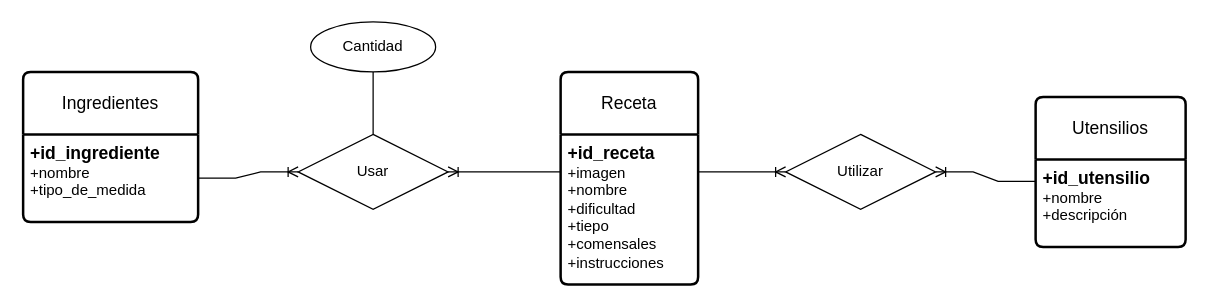
AsierGArranz/aga-sru-sa-t-UD12DiagramaER-11102023 keeps this draw.io diagram as ejercicio9.drawio. Above is the earlier version. Source tidied: cells renumbered, new cells numbered last; positions are measured from the earlier drawing's top-left corner, leaving out a move shared by most shapes. Both pictures are drawn from the tidied source at 125%, with x=0, y=0 at pixel (-2, 21).
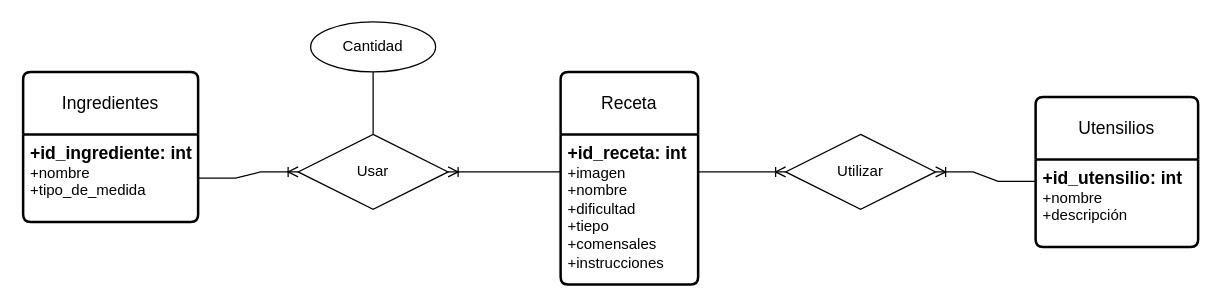
The same page after the edit.

Unchanged cells that the change refers to:
```xml
<mxCell id="2" value="Receta" style="swimlane;horizontal=1;startSize=50;rounded=1;fontSize=14;fontStyle=0;strokeWidth=2;shadow=0;dashed=0;align=center;arcSize=4;whiteSpace=wrap;html=1;" parent="1" vertex="1">
  <mxGeometry x="450" y="40" width="110" height="170" as="geometry" />
</mxCell>
<mxCell id="4" value="Ingredientes" style="swimlane;horizontal=1;startSize=50;rounded=1;fontSize=14;fontStyle=0;strokeWidth=2;shadow=0;dashed=0;align=center;arcSize=4;whiteSpace=wrap;html=1;" parent="1" vertex="1">
  <mxGeometry x="20" y="40" width="140" height="120" as="geometry" />
</mxCell>
```

What changed in the source:
```diff
@@
-    <mxCell id="3" value="&lt;font style=&quot;font-size: 14px;&quot;&gt;&lt;b&gt;+id_receta&lt;/b&gt;&lt;/font&gt;&lt;br&gt;+imagen&lt;br&gt;+nombre&lt;br&gt;+dificultad&lt;br&gt;+tiepo&lt;br&gt;+comensales&lt;br&gt;+instrucciones" style="align=left;strokeColor=none;fillColor=none;spacingLeft=4;fontSize=12;verticalAlign=top;html=1;" parent="2" vertex="1">
+    <mxCell id="3" value="&lt;font style=&quot;font-size: 14px;&quot;&gt;&lt;b&gt;+id_receta: int&lt;/b&gt;&lt;/font&gt;&lt;br&gt;+imagen&lt;br&gt;+nombre&lt;br&gt;+dificultad&lt;br&gt;+tiepo&lt;br&gt;+comensales&lt;br&gt;+instrucciones" style="align=left;strokeColor=none;fillColor=none;spacingLeft=4;fontSize=12;verticalAlign=top;html=1;" parent="2" vertex="1">
       <mxGeometry y="50" width="110" height="120" as="geometry" />
     </mxCell>
@@
-    <mxCell id="5" value="&lt;font style=&quot;font-size: 14px;&quot;&gt;&lt;b&gt;+id_ingrediente&lt;/b&gt;&lt;/font&gt;&lt;br&gt;+nombre&lt;br&gt;+tipo_de_medida&lt;br&gt;" style="align=left;strokeColor=none;fillColor=none;spacingLeft=4;fontSize=12;verticalAlign=top;html=1;" parent="4" vertex="1">
+    <mxCell id="5" value="&lt;font style=&quot;font-size: 14px;&quot;&gt;&lt;b&gt;+id_ingrediente: int&lt;/b&gt;&lt;/font&gt;&lt;br&gt;+nombre&lt;br&gt;+tipo_de_medida" style="align=left;strokeColor=none;fillColor=none;spacingLeft=4;fontSize=12;verticalAlign=top;html=1;" parent="4" vertex="1">
       <mxGeometry y="50" width="140" height="70" as="geometry" />
     </mxCell>
@@
     <mxCell id="11" value="Utensilios" style="swimlane;horizontal=1;startSize=50;rounded=1;fontSize=14;fontStyle=0;strokeWidth=2;shadow=0;dashed=0;align=center;arcSize=4;whiteSpace=wrap;html=1;" parent="1" vertex="1">
-      <mxGeometry x="830" y="60" width="120" height="120" as="geometry" />
+      <mxGeometry x="830" y="60" width="130" height="120" as="geometry" />
     </mxCell>
-    <mxCell id="12" value="&lt;font style=&quot;font-size: 14px;&quot;&gt;&lt;b&gt;+id_utensilio&lt;/b&gt;&lt;/font&gt;&lt;br&gt;+nombre&lt;br&gt;+descripción" style="align=left;strokeColor=none;fillColor=none;spacingLeft=4;fontSize=12;verticalAlign=top;html=1;" parent="11" vertex="1">
-      <mxGeometry y="50" width="120" height="70" as="geometry" />
+    <mxCell id="12" value="&lt;font style=&quot;font-size: 14px;&quot;&gt;&lt;b&gt;+id_utensilio: int&lt;/b&gt;&lt;/font&gt;&lt;br&gt;+nombre&lt;br&gt;+descripción" style="align=left;strokeColor=none;fillColor=none;spacingLeft=4;fontSize=12;verticalAlign=top;html=1;" parent="11" vertex="1">
+      <mxGeometry y="50" width="130" height="70" as="geometry" />
     </mxCell>
```
